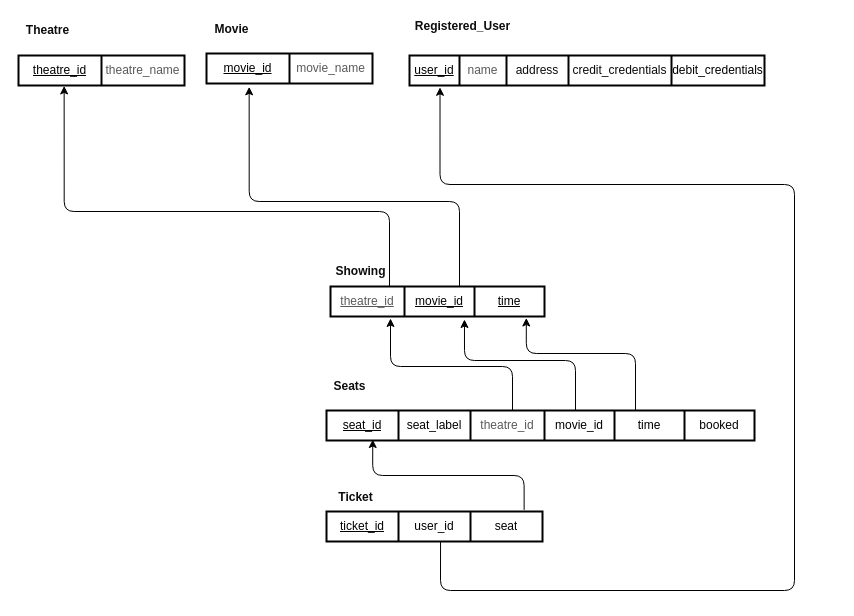
Earlier version of the draw.io diagram DesignDocuments/Diagrams/DatabaseDiagrams/Relational_Diagram_Theatre_Database.drawio (folkg/movie-ticket-reservation-app). Source tidied: cells renumbered, new cells numbered last; positions are measured from the earlier drawing's top-left corner, leaving out a move shared by most shapes. Both pictures are drawn from the tidied source at 100%, with x=0, y=0 at pixel (17, 17).
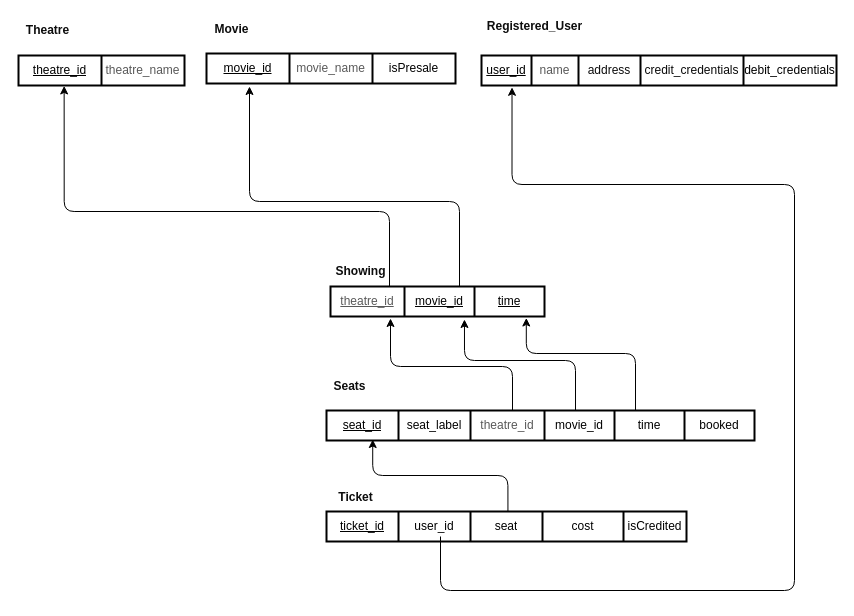
The same diagram, later.

Commit message (it also covers changes not shown here):
database additions

Unchanged cells that the change refers to:
```xml
<mxCell id="4" style="shape=tableRow;horizontal=0;startSize=0;swimlaneHead=0;swimlaneBody=0;top=0;left=0;bottom=0;right=0;fillColor=none;points=[[0,0.5],[1,0.5]];portConstraint=eastwest;strokeColor=#000000;strokeWidth=2;" parent="3" vertex="1">
  <mxGeometry width="214" height="30" as="geometry" />
</mxCell>
<mxCell id="9" style="group;" parent="1" vertex="1">
  <mxGeometry x="309" y="460" width="72" height="64" as="geometry" />
</mxCell>
<mxCell id="22" style="group;" parent="1" vertex="1">
  <mxGeometry x="189" y="3" width="166" height="63" as="geometry" />
</mxCell>
<mxCell id="32" style="shape=tableRow;horizontal=0;startSize=0;swimlaneHead=0;swimlaneBody=0;top=0;left=0;bottom=0;right=0;fillColor=none;points=[[0,0.5],[1,0.5]];portConstraint=eastwest;strokeColor=#000000;strokeWidth=2;" parent="31" vertex="1">
  <mxGeometry width="355" height="30" as="geometry" />
</mxCell>
<mxCell id="43" style="shape=tableRow;horizontal=0;startSize=0;swimlaneHead=0;swimlaneBody=0;top=0;left=0;bottom=0;right=0;fillColor=none;points=[[0,0.5],[1,0.5]];portConstraint=eastwest;strokeColor=#000000;strokeWidth=2;fontStyle=0;" parent="42" vertex="1">
  <mxGeometry width="428" height="30" as="geometry" />
</mxCell>
```

Diff of the diagram source:
```diff
@@
     <mxCell id="10" style="shape=table;html=1;whiteSpace=wrap;startSize=0;childLayout=tableLayout;strokeColor=#000000;strokeWidth=2;fillColor=none;" parent="9" vertex="1">
-      <mxGeometry y="34" width="216" height="30" as="geometry" />
+      <mxGeometry y="34" width="360" height="30" as="geometry" />
     </mxCell>
     <mxCell id="11" style="shape=tableRow;horizontal=0;startSize=0;swimlaneHead=0;swimlaneBody=0;top=0;left=0;bottom=0;right=0;fillColor=none;points=[[0,0.5],[1,0.5]];portConstraint=eastwest;strokeColor=#000000;strokeWidth=2;" parent="10" vertex="1">
-      <mxGeometry width="216" height="30" as="geometry" />
+      <mxGeometry width="360" height="30" as="geometry" />
     </mxCell>
@@
+    <mxCell id="54" value="cost" style="shape=partialRectangle;html=1;whiteSpace=wrap;fillColor=none;top=0;left=0;bottom=0;right=0;overflow=hidden;strokeColor=#000000;strokeWidth=2;fontColor=#000000;" parent="11" vertex="1">
+      <mxGeometry x="216" width="81" height="30" as="geometry" />
+    </mxCell>
+    <mxCell id="55" value="isCredited" style="shape=partialRectangle;html=1;whiteSpace=wrap;fillColor=none;top=0;left=0;bottom=0;right=0;overflow=hidden;strokeColor=#000000;strokeWidth=2;fontColor=#000000;" parent="11" vertex="1">
+      <mxGeometry x="297" width="63" height="30" as="geometry" />
+    </mxCell>
@@
     <mxCell id="23" style="shape=table;html=1;whiteSpace=wrap;startSize=0;childLayout=tableLayout;strokeColor=#000000;strokeWidth=2;fillColor=none;" parent="22" vertex="1">
-      <mxGeometry y="33" width="166" height="30" as="geometry" />
+      <mxGeometry y="33" width="249" height="30" as="geometry" />
     </mxCell>
     <mxCell id="24" style="shape=tableRow;horizontal=0;startSize=0;swimlaneHead=0;swimlaneBody=0;top=0;left=0;bottom=0;right=0;fillColor=none;points=[[0,0.5],[1,0.5]];portConstraint=eastwest;strokeColor=#000000;strokeWidth=2;" parent="23" vertex="1">
-      <mxGeometry width="166" height="30" as="geometry" />
+      <mxGeometry width="249" height="30" as="geometry" />
     </mxCell>
@@
+    <mxCell id="56" value="isPresale" style="shape=partialRectangle;html=1;whiteSpace=wrap;fillColor=none;top=0;left=0;bottom=0;right=0;overflow=hidden;strokeColor=#000000;strokeWidth=2;fontColor=#000000;" parent="24" vertex="1">
+      <mxGeometry x="166" width="83" height="30" as="geometry" />
+    </mxCell>
@@
-    <mxCell id="29" style="edgeStyle=orthogonalEdgeStyle;html=1;entryX=0.257;entryY=1.111;entryDx=0;entryDy=0;entryPerimeter=0;fontColor=#000000;strokeColor=#000000;" parent="1" edge="1" source="4" target="24">
+    <mxCell id="29" style="edgeStyle=orthogonalEdgeStyle;html=1;fontColor=#000000;strokeColor=#000000;" parent="1" edge="1" source="4">
       <mxGeometry relative="1" as="geometry">
+        <mxPoint x="232" y="69" as="targetPoint" />
         <Array as="points">
           <mxPoint x="442" y="184" />
           <mxPoint x="232" y="184" />
         </Array>
       </mxGeometry>
     </mxCell>
-    <mxCell id="30" style="edgeStyle=orthogonalEdgeStyle;html=1;entryX=0.086;entryY=1.06;entryDx=0;entryDy=0;entryPerimeter=0;fontColor=#030000;strokeColor=#000000;exitX=0.528;exitY=1.012;exitDx=0;exitDy=0;exitPerimeter=0;" parent="1" edge="1" source="11" target="32">
+    <mxCell id="30" style="edgeStyle=orthogonalEdgeStyle;html=1;entryX=0.086;entryY=1.06;entryDx=0;entryDy=0;entryPerimeter=0;fontColor=#030000;strokeColor=#000000;" parent="1" edge="1" target="32">
       <mxGeometry relative="1" as="geometry">
+        <mxPoint x="423" y="519" as="sourcePoint" />
         <Array as="points">
           <mxPoint x="423" y="573" />
           <mxPoint x="777" y="573" />
           <mxPoint x="777" y="167" />
-          <mxPoint x="423" y="167" />
+          <mxPoint x="495" y="167" />
         </Array>
       </mxGeometry>
     </mxCell>
     <mxCell id="31" style="shape=table;html=1;whiteSpace=wrap;startSize=0;childLayout=tableLayout;strokeColor=#000000;strokeWidth=2;fillColor=none;" parent="1" vertex="1">
-      <mxGeometry x="392" y="38" width="355" height="30" as="geometry" />
+      <mxGeometry x="464" y="38" width="355" height="30" as="geometry" />
     </mxCell>
@@
     <mxCell id="38" value="&lt;b&gt;&lt;font color=&quot;#0d0d0d&quot;&gt;Registered_User&lt;/font&gt;&lt;/b&gt;" style="text;html=1;align=center;verticalAlign=middle;strokeColor=none;fillColor=none;" parent="1" vertex="1">
-      <mxGeometry x="392" width="105" height="18" as="geometry" />
+      <mxGeometry x="464" width="105" height="18" as="geometry" />
     </mxCell>
@@
-    <mxCell id="50" style="edgeStyle=orthogonalEdgeStyle;html=1;entryX=0.108;entryY=0.967;entryDx=0;entryDy=0;entryPerimeter=0;fontColor=#030303;strokeColor=#000000;exitX=0.915;exitY=-0.055;exitDx=0;exitDy=0;exitPerimeter=0;" parent="1" edge="1" source="11" target="43">
+    <mxCell id="50" style="edgeStyle=orthogonalEdgeStyle;html=1;entryX=0.108;entryY=0.967;entryDx=0;entryDy=0;entryPerimeter=0;fontColor=#030303;strokeColor=#000000;exitX=0.504;exitY=0.001;exitDx=0;exitDy=0;exitPerimeter=0;" parent="1" edge="1" source="11" target="43">
       <mxGeometry relative="1" as="geometry">
         <Array as="points">
-          <mxPoint x="507" y="458" />
+          <mxPoint x="490" y="458" />
           <mxPoint x="355" y="458" />
         </Array>
       </mxGeometry>
     </mxCell>
```
